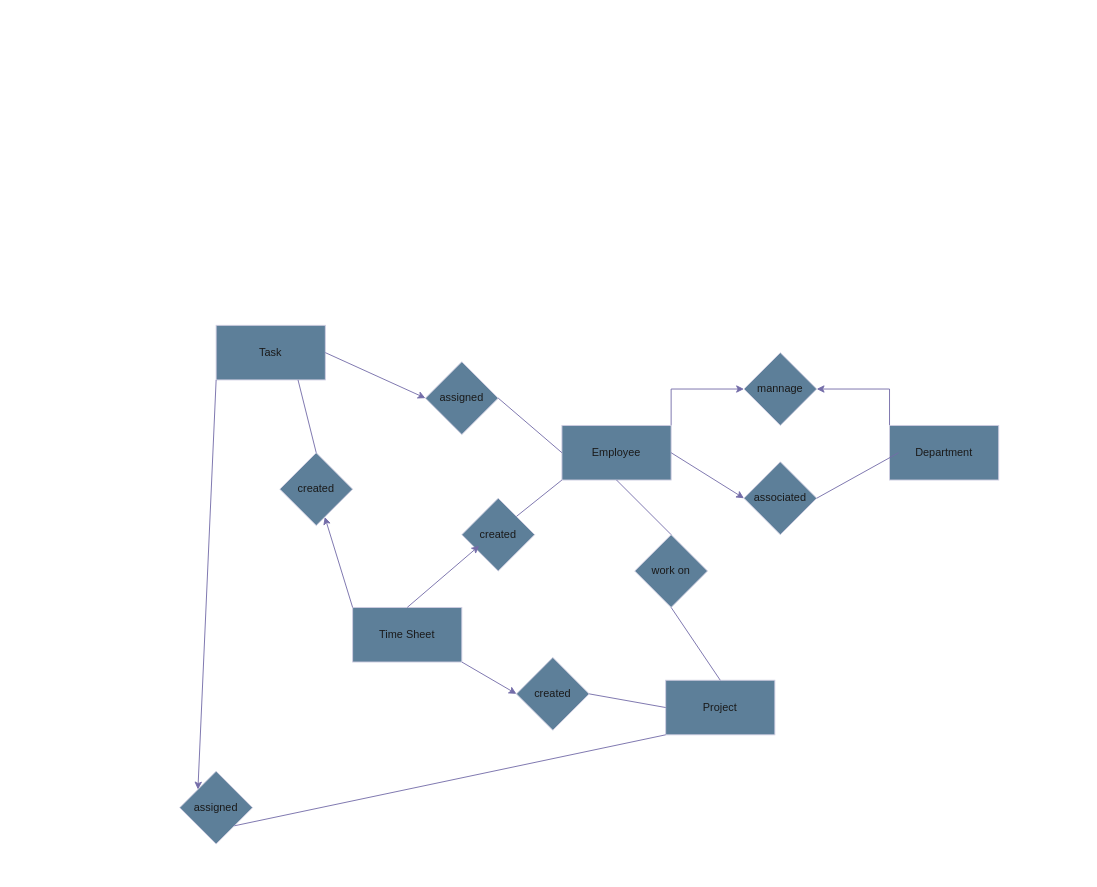
StianVR/DAT220 keeps this draw.io diagram as page "1.3" (3 of 3) of Untitled Diagram.drawio. Above is the earlier version. Source tidied: cells renumbered, new cells numbered last; positions are measured from the earlier drawing's top-left corner, leaving out a move shared by most shapes. Both pictures are drawn from the tidied source at 91%, with x=0, y=0 at pixel (179, 325).
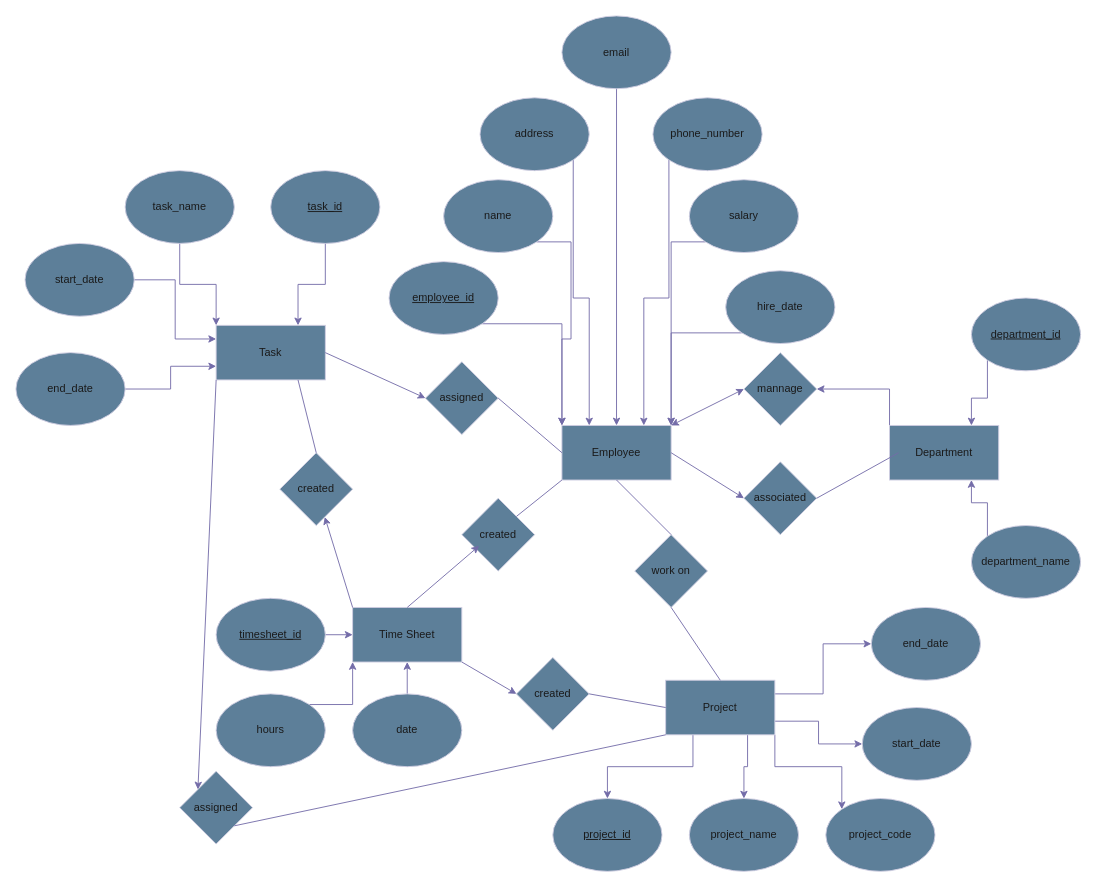
After the change.

Unchanged cells that the change refers to:
```xml
<mxCell id="3" value="Employee" style="rounded=0;whiteSpace=wrap;html=1;strokeColor=#D0CEE2;fontColor=#1A1A1A;fillColor=#5D7F99;" parent="1" vertex="1">
  <mxGeometry x="420" y="110" width="120" height="60" as="geometry" />
</mxCell>
<mxCell id="5" value="Department" style="rounded=0;whiteSpace=wrap;html=1;strokeColor=#D0CEE2;fontColor=#1A1A1A;fillColor=#5D7F99;" parent="1" vertex="1">
  <mxGeometry x="780" y="110" width="120" height="60" as="geometry" />
</mxCell>
<mxCell id="6" value="Project" style="rounded=0;whiteSpace=wrap;html=1;strokeColor=#D0CEE2;fontColor=#1A1A1A;fillColor=#5D7F99;" parent="1" vertex="1">
  <mxGeometry x="534" y="390" width="120" height="60" as="geometry" />
</mxCell>
<mxCell id="7" value="Task" style="rounded=0;whiteSpace=wrap;html=1;strokeColor=#D0CEE2;fontColor=#1A1A1A;fillColor=#5D7F99;" parent="1" vertex="1">
  <mxGeometry x="40" width="120" height="60" as="geometry" />
</mxCell>
<mxCell id="8" value="Time Sheet" style="rounded=0;whiteSpace=wrap;html=1;strokeColor=#D0CEE2;fontColor=#1A1A1A;fillColor=#5D7F99;" parent="1" vertex="1">
  <mxGeometry x="190" y="310" width="120" height="60" as="geometry" />
</mxCell>
<mxCell id="29" value="mannage" style="rhombus;whiteSpace=wrap;html=1;strokeColor=#D0CEE2;fontColor=#1A1A1A;fillColor=#5D7F99;" parent="1" vertex="1">
  <mxGeometry x="620" y="30" width="80" height="80" as="geometry" />
</mxCell>
```

The edit, as a diff of the source:
```diff
@@
-    <mxCell id="2" style="edgeStyle=orthogonalEdgeStyle;rounded=0;jettySize=auto;html=1;exitX=1;exitY=0;exitDx=0;exitDy=0;entryX=0;entryY=0.5;entryDx=0;entryDy=0;strokeColor=#736CA8;fontColor=#1A1A1A;" parent="1" edge="1" source="3" target="29">
-      <mxGeometry relative="1" as="geometry" />
-    </mxCell>
@@
+    <mxCell id="31" style="edgeStyle=orthogonalEdgeStyle;rounded=0;jettySize=auto;html=1;exitX=0.25;exitY=1;exitDx=0;exitDy=0;strokeColor=#736CA8;fontColor=#1A1A1A;" parent="1" edge="1" source="6" target="56">
+      <mxGeometry relative="1" as="geometry" />
+    </mxCell>
+    <mxCell id="32" style="edgeStyle=orthogonalEdgeStyle;rounded=0;jettySize=auto;html=1;exitX=1;exitY=0.25;exitDx=0;exitDy=0;entryX=0;entryY=0.5;entryDx=0;entryDy=0;strokeColor=#736CA8;fontColor=#1A1A1A;" parent="1" edge="1" source="6" target="54">
+      <mxGeometry relative="1" as="geometry" />
+    </mxCell>
+    <mxCell id="33" style="edgeStyle=orthogonalEdgeStyle;rounded=0;jettySize=auto;html=1;exitX=1;exitY=0.75;exitDx=0;exitDy=0;entryX=0;entryY=0.5;entryDx=0;entryDy=0;strokeColor=#736CA8;fontColor=#1A1A1A;" parent="1" edge="1" source="6" target="55">
+      <mxGeometry relative="1" as="geometry" />
+    </mxCell>
+    <mxCell id="34" style="edgeStyle=orthogonalEdgeStyle;rounded=0;jettySize=auto;html=1;exitX=0.75;exitY=1;exitDx=0;exitDy=0;strokeColor=#736CA8;fontColor=#1A1A1A;" parent="1" edge="1" source="6" target="58">
+      <mxGeometry relative="1" as="geometry" />
+    </mxCell>
+    <mxCell id="35" style="edgeStyle=orthogonalEdgeStyle;rounded=0;jettySize=auto;html=1;exitX=1;exitY=1;exitDx=0;exitDy=0;entryX=0;entryY=0;entryDx=0;entryDy=0;strokeColor=#736CA8;fontColor=#1A1A1A;" parent="1" edge="1" source="6" target="57">
+      <mxGeometry relative="1" as="geometry" />
+    </mxCell>
@@
+    <mxCell id="2" style="endArrow=classic;startArrow=classic;html=1;rounded=0;strokeColor=#736CA8;fontColor=#1A1A1A;exitX=1;exitY=0;exitDx=0;exitDy=0;entryX=0;entryY=0.5;entryDx=0;entryDy=0;" parent="1" edge="1" source="3" target="29">
+      <mxGeometry relative="1" as="geometry" />
+    </mxCell>
+    <mxCell id="36" style="edgeStyle=orthogonalEdgeStyle;rounded=0;jettySize=auto;html=1;exitX=1;exitY=1;exitDx=0;exitDy=0;entryX=0;entryY=0;entryDx=0;entryDy=0;strokeColor=#736CA8;fontColor=#1A1A1A;" parent="1" edge="1" source="37" target="3">
+      <mxGeometry relative="1" as="geometry" />
+    </mxCell>
+    <mxCell id="37" value="&lt;u&gt;employee_id&lt;/u&gt;" style="ellipse;whiteSpace=wrap;html=1;strokeColor=#D0CEE2;fontColor=#1A1A1A;fillColor=#5D7F99;" parent="1" vertex="1">
+      <mxGeometry x="230" y="-70" width="120" height="80" as="geometry" />
+    </mxCell>
+    <mxCell id="38" style="edgeStyle=orthogonalEdgeStyle;rounded=0;jettySize=auto;html=1;exitX=0;exitY=1;exitDx=0;exitDy=0;entryX=1;entryY=0;entryDx=0;entryDy=0;strokeColor=#736CA8;fontColor=#1A1A1A;" parent="1" edge="1" source="39" target="3">
+      <mxGeometry relative="1" as="geometry" />
+    </mxCell>
+    <mxCell id="39" value="hire_date" style="ellipse;whiteSpace=wrap;html=1;strokeColor=#D0CEE2;fontColor=#1A1A1A;fillColor=#5D7F99;" parent="1" vertex="1">
+      <mxGeometry x="600" y="-60" width="120" height="80" as="geometry" />
+    </mxCell>
+    <mxCell id="40" style="edgeStyle=orthogonalEdgeStyle;rounded=0;jettySize=auto;html=1;exitX=0;exitY=1;exitDx=0;exitDy=0;entryX=1;entryY=0;entryDx=0;entryDy=0;strokeColor=#736CA8;fontColor=#1A1A1A;" parent="1" edge="1" source="41" target="3">
+      <mxGeometry relative="1" as="geometry" />
+    </mxCell>
+    <mxCell id="41" value="salary" style="ellipse;whiteSpace=wrap;html=1;strokeColor=#D0CEE2;fontColor=#1A1A1A;fillColor=#5D7F99;" parent="1" vertex="1">
+      <mxGeometry x="560" y="-160" width="120" height="80" as="geometry" />
+    </mxCell>
+    <mxCell id="42" style="edgeStyle=orthogonalEdgeStyle;rounded=0;jettySize=auto;html=1;exitX=1;exitY=1;exitDx=0;exitDy=0;entryX=0;entryY=0;entryDx=0;entryDy=0;strokeColor=#736CA8;fontColor=#1A1A1A;" parent="1" edge="1" source="43" target="3">
+      <mxGeometry relative="1" as="geometry" />
+    </mxCell>
+    <mxCell id="43" value="name" style="ellipse;whiteSpace=wrap;html=1;strokeColor=#D0CEE2;fontColor=#1A1A1A;fillColor=#5D7F99;" parent="1" vertex="1">
+      <mxGeometry x="290" y="-160" width="120" height="80" as="geometry" />
+    </mxCell>
+    <mxCell id="44" style="edgeStyle=orthogonalEdgeStyle;rounded=0;jettySize=auto;html=1;exitX=1;exitY=1;exitDx=0;exitDy=0;entryX=0.25;entryY=0;entryDx=0;entryDy=0;strokeColor=#736CA8;fontColor=#1A1A1A;" parent="1" edge="1" source="45" target="3">
+      <mxGeometry relative="1" as="geometry" />
+    </mxCell>
+    <mxCell id="45" value="address" style="ellipse;whiteSpace=wrap;html=1;strokeColor=#D0CEE2;fontColor=#1A1A1A;fillColor=#5D7F99;" parent="1" vertex="1">
+      <mxGeometry x="330" y="-250" width="120" height="80" as="geometry" />
+    </mxCell>
+    <mxCell id="46" style="edgeStyle=orthogonalEdgeStyle;rounded=0;jettySize=auto;html=1;exitX=0;exitY=1;exitDx=0;exitDy=0;entryX=0.75;entryY=0;entryDx=0;entryDy=0;strokeColor=#736CA8;fontColor=#1A1A1A;" parent="1" edge="1" source="47" target="3">
+      <mxGeometry relative="1" as="geometry" />
+    </mxCell>
+    <mxCell id="47" value="phone_number" style="ellipse;whiteSpace=wrap;html=1;strokeColor=#D0CEE2;fontColor=#1A1A1A;fillColor=#5D7F99;" parent="1" vertex="1">
+      <mxGeometry x="520" y="-250" width="120" height="80" as="geometry" />
+    </mxCell>
+    <mxCell id="48" style="edgeStyle=orthogonalEdgeStyle;rounded=0;jettySize=auto;html=1;exitX=0.5;exitY=1;exitDx=0;exitDy=0;entryX=0.5;entryY=0;entryDx=0;entryDy=0;strokeColor=#736CA8;fontColor=#1A1A1A;" parent="1" edge="1" source="49" target="3">
+      <mxGeometry relative="1" as="geometry" />
+    </mxCell>
+    <mxCell id="49" value="email" style="ellipse;whiteSpace=wrap;html=1;strokeColor=#D0CEE2;fontColor=#1A1A1A;fillColor=#5D7F99;" parent="1" vertex="1">
+      <mxGeometry x="420" y="-340" width="120" height="80" as="geometry" />
+    </mxCell>
+    <mxCell id="50" style="edgeStyle=orthogonalEdgeStyle;rounded=0;jettySize=auto;html=1;exitX=0;exitY=1;exitDx=0;exitDy=0;entryX=0.75;entryY=0;entryDx=0;entryDy=0;strokeColor=#736CA8;fontColor=#1A1A1A;" parent="1" edge="1" source="51" target="5">
+      <mxGeometry relative="1" as="geometry" />
+    </mxCell>
+    <mxCell id="51" value="&lt;u&gt;department_id&lt;/u&gt;" style="ellipse;whiteSpace=wrap;html=1;strokeColor=#D0CEE2;fontColor=#1A1A1A;fillColor=#5D7F99;" parent="1" vertex="1">
+      <mxGeometry x="870" y="-30" width="120" height="80" as="geometry" />
+    </mxCell>
+    <mxCell id="52" style="edgeStyle=orthogonalEdgeStyle;rounded=0;jettySize=auto;html=1;exitX=0;exitY=0;exitDx=0;exitDy=0;entryX=0.75;entryY=1;entryDx=0;entryDy=0;strokeColor=#736CA8;fontColor=#1A1A1A;" parent="1" edge="1" source="53" target="5">
+      <mxGeometry relative="1" as="geometry" />
+    </mxCell>
+    <mxCell id="53" value="department_name" style="ellipse;whiteSpace=wrap;html=1;strokeColor=#D0CEE2;fontColor=#1A1A1A;fillColor=#5D7F99;" parent="1" vertex="1">
+      <mxGeometry x="870" y="220" width="120" height="80" as="geometry" />
+    </mxCell>
+    <mxCell id="54" value="end_date" style="ellipse;whiteSpace=wrap;html=1;strokeColor=#D0CEE2;fontColor=#1A1A1A;fillColor=#5D7F99;" parent="1" vertex="1">
+      <mxGeometry x="760" y="310" width="120" height="80" as="geometry" />
+    </mxCell>
+    <mxCell id="55" value="start_date" style="ellipse;whiteSpace=wrap;html=1;strokeColor=#D0CEE2;fontColor=#1A1A1A;fillColor=#5D7F99;" parent="1" vertex="1">
+      <mxGeometry x="750" y="420" width="120" height="80" as="geometry" />
+    </mxCell>
+    <mxCell id="56" value="&lt;u&gt;project_id&lt;/u&gt;" style="ellipse;whiteSpace=wrap;html=1;strokeColor=#D0CEE2;fontColor=#1A1A1A;fillColor=#5D7F99;" parent="1" vertex="1">
+      <mxGeometry x="410" y="520" width="120" height="80" as="geometry" />
+    </mxCell>
+    <mxCell id="57" value="project_code" style="ellipse;whiteSpace=wrap;html=1;strokeColor=#D0CEE2;fontColor=#1A1A1A;fillColor=#5D7F99;" parent="1" vertex="1">
+      <mxGeometry x="710" y="520" width="120" height="80" as="geometry" />
+    </mxCell>
+    <mxCell id="58" value="project_name" style="ellipse;whiteSpace=wrap;html=1;strokeColor=#D0CEE2;fontColor=#1A1A1A;fillColor=#5D7F99;" parent="1" vertex="1">
+      <mxGeometry x="560" y="520" width="120" height="80" as="geometry" />
+    </mxCell>
+    <mxCell id="59" style="edgeStyle=orthogonalEdgeStyle;rounded=0;jettySize=auto;html=1;exitX=1;exitY=0.5;exitDx=0;exitDy=0;entryX=0;entryY=0.5;entryDx=0;entryDy=0;strokeColor=#736CA8;fontColor=#1A1A1A;" parent="1" edge="1" source="60" target="8">
+      <mxGeometry relative="1" as="geometry" />
+    </mxCell>
+    <mxCell id="60" value="&lt;u&gt;timesheet_id&lt;/u&gt;" style="ellipse;whiteSpace=wrap;html=1;strokeColor=#D0CEE2;fontColor=#1A1A1A;fillColor=#5D7F99;" parent="1" vertex="1">
+      <mxGeometry x="40" y="300" width="120" height="80" as="geometry" />
+    </mxCell>
+    <mxCell id="61" style="edgeStyle=orthogonalEdgeStyle;rounded=0;jettySize=auto;html=1;exitX=0.5;exitY=0;exitDx=0;exitDy=0;entryX=0.5;entryY=1;entryDx=0;entryDy=0;strokeColor=#736CA8;fontColor=#1A1A1A;" parent="1" edge="1" source="62" target="8">
+      <mxGeometry relative="1" as="geometry" />
+    </mxCell>
+    <mxCell id="62" value="date" style="ellipse;whiteSpace=wrap;html=1;strokeColor=#D0CEE2;fontColor=#1A1A1A;fillColor=#5D7F99;" parent="1" vertex="1">
+      <mxGeometry x="190" y="405" width="120" height="80" as="geometry" />
+    </mxCell>
+    <mxCell id="63" style="edgeStyle=orthogonalEdgeStyle;rounded=0;jettySize=auto;html=1;exitX=1;exitY=0;exitDx=0;exitDy=0;entryX=0;entryY=1;entryDx=0;entryDy=0;strokeColor=#736CA8;fontColor=#1A1A1A;" parent="1" edge="1" source="64" target="8">
+      <mxGeometry relative="1" as="geometry" />
+    </mxCell>
+    <mxCell id="64" value="hours" style="ellipse;whiteSpace=wrap;html=1;strokeColor=#D0CEE2;fontColor=#1A1A1A;fillColor=#5D7F99;" parent="1" vertex="1">
+      <mxGeometry x="40" y="405" width="120" height="80" as="geometry" />
+    </mxCell>
+    <mxCell id="65" style="edgeStyle=orthogonalEdgeStyle;rounded=0;jettySize=auto;html=1;exitX=0.5;exitY=1;exitDx=0;exitDy=0;entryX=0.75;entryY=0;entryDx=0;entryDy=0;strokeColor=#736CA8;fontColor=#1A1A1A;" parent="1" edge="1" source="66" target="7">
+      <mxGeometry relative="1" as="geometry" />
+    </mxCell>
+    <mxCell id="66" value="&lt;u&gt;task_id&lt;/u&gt;" style="ellipse;whiteSpace=wrap;html=1;strokeColor=#D0CEE2;fontColor=#1A1A1A;fillColor=#5D7F99;" parent="1" vertex="1">
+      <mxGeometry x="100" y="-170" width="120" height="80" as="geometry" />
+    </mxCell>
+    <mxCell id="67" style="edgeStyle=orthogonalEdgeStyle;rounded=0;jettySize=auto;html=1;exitX=0.5;exitY=1;exitDx=0;exitDy=0;entryX=0;entryY=0;entryDx=0;entryDy=0;strokeColor=#736CA8;fontColor=#1A1A1A;" parent="1" edge="1" source="68" target="7">
+      <mxGeometry relative="1" as="geometry" />
+    </mxCell>
+    <mxCell id="68" value="task_name" style="ellipse;whiteSpace=wrap;html=1;strokeColor=#D0CEE2;fontColor=#1A1A1A;fillColor=#5D7F99;" parent="1" vertex="1">
+      <mxGeometry x="-60" y="-170" width="120" height="80" as="geometry" />
+    </mxCell>
+    <mxCell id="69" style="edgeStyle=orthogonalEdgeStyle;rounded=0;jettySize=auto;html=1;exitX=1;exitY=0.5;exitDx=0;exitDy=0;entryX=0;entryY=0.75;entryDx=0;entryDy=0;strokeColor=#736CA8;fontColor=#1A1A1A;" parent="1" edge="1" source="70" target="7">
+      <mxGeometry relative="1" as="geometry" />
+    </mxCell>
+    <mxCell id="70" value="end_date" style="ellipse;whiteSpace=wrap;html=1;strokeColor=#D0CEE2;fontColor=#1A1A1A;fillColor=#5D7F99;" parent="1" vertex="1">
+      <mxGeometry x="-180" y="30" width="120" height="80" as="geometry" />
+    </mxCell>
+    <mxCell id="71" style="edgeStyle=orthogonalEdgeStyle;rounded=0;jettySize=auto;html=1;exitX=1;exitY=0.5;exitDx=0;exitDy=0;entryX=0;entryY=0.25;entryDx=0;entryDy=0;strokeColor=#736CA8;fontColor=#1A1A1A;" parent="1" edge="1" source="72" target="7">
+      <mxGeometry relative="1" as="geometry" />
+    </mxCell>
+    <mxCell id="72" value="start_date" style="ellipse;whiteSpace=wrap;html=1;strokeColor=#D0CEE2;fontColor=#1A1A1A;fillColor=#5D7F99;" parent="1" vertex="1">
+      <mxGeometry x="-170" y="-90" width="120" height="80" as="geometry" />
+    </mxCell>
```
